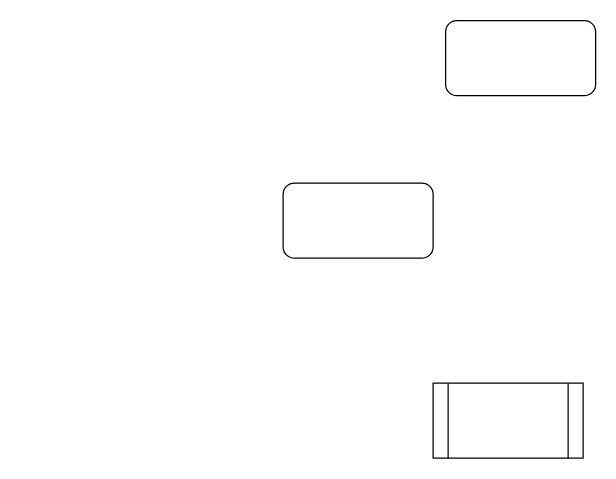
Before: Architecture diagram.drawio in BYODAlcatraz/BYODAlcatraz.github.io, a draw.io diagram. Source tidied: cells renumbered, new cells numbered last; positions are measured from the earlier drawing's top-left corner, leaving out a move shared by most shapes. Both pictures are drawn from the tidied source at 125%, with x=0, y=0 at pixel (282, 20).
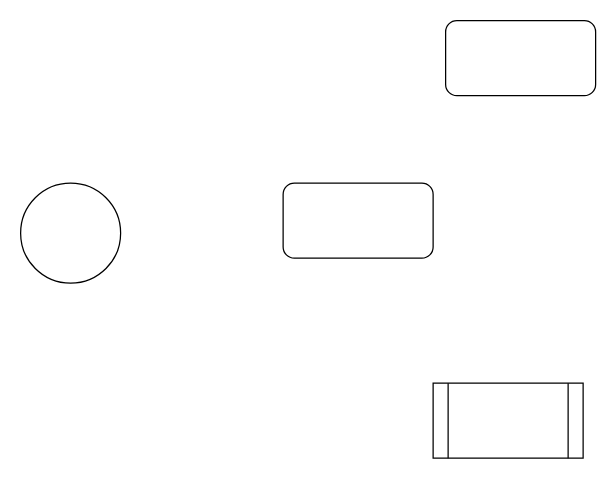
Above is the later version.

Diff of the diagram source:
```diff
@@
 <mxGraphModel>
   <root>
     <mxCell id="0" />
     <mxCell id="1" parent="0" />
     <mxCell id="2" style="rounded=1;whiteSpace=wrap;html=1;" parent="1" vertex="1">
       <mxGeometry y="130" width="120" height="60" as="geometry" />
     </mxCell>
     <mxCell id="3" style="shape=process;whiteSpace=wrap;html=1;backgroundOutline=1;" parent="1" vertex="1">
       <mxGeometry x="120" y="290" width="120" height="60" as="geometry" />
     </mxCell>
     <mxCell id="4" style="rounded=1;whiteSpace=wrap;html=1;" parent="1" vertex="1">
       <mxGeometry x="130" width="120" height="60" as="geometry" />
     </mxCell>
+    <mxCell id="5" style="ellipse;whiteSpace=wrap;html=1;" parent="1" vertex="1">
+      <mxGeometry x="-210" y="130" width="80" height="80" as="geometry" />
+    </mxCell>
   </root>
 </mxGraphModel>
```
